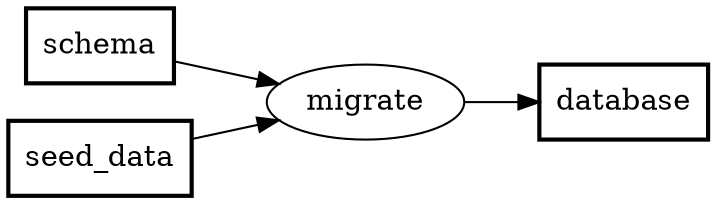
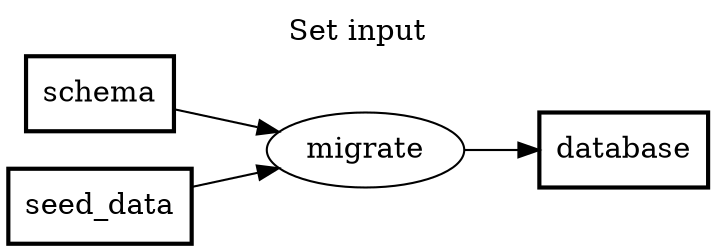
digraph PFDSL {
  rankdir=LR;
  newrank=true;
+   label="Set input";
+   labelloc="t";

  "database" [shape=box, label="database", penwidth="2"];
  "migrate" [shape=ellipse, label="migrate"];
  "schema" [shape=box, label="schema", penwidth="2"];
  "seed_data" [shape=box, label="seed_data", penwidth="2"];

  "schema" -> "migrate";
  "seed_data" -> "migrate";
  "migrate" -> "database";
}
